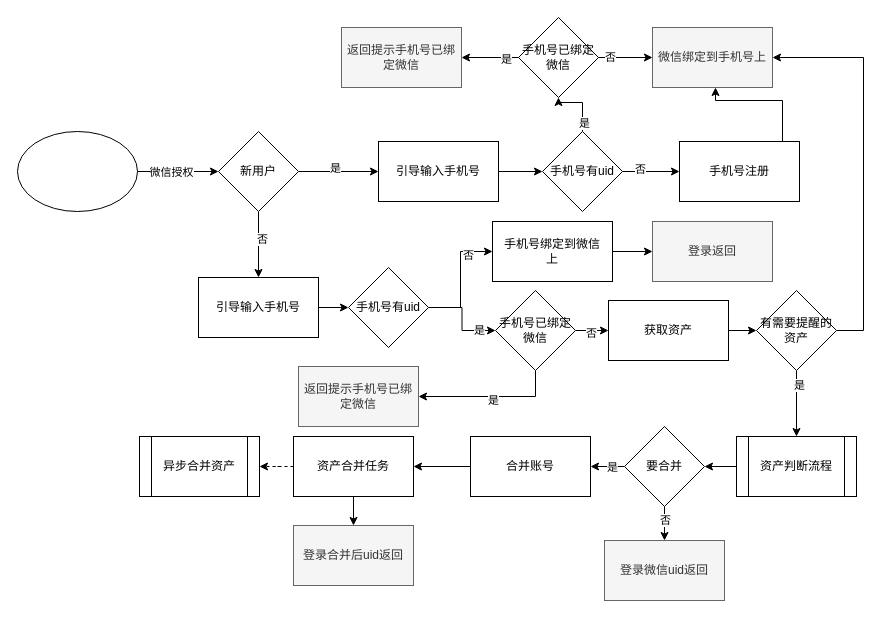
joeytang/imgs keeps this draw.io diagram as page "账号合并逻辑" (10 of 11) of test.drawio. Above is the earlier version. Source tidied: cells renumbered, new cells numbered last; positions are measured from the earlier drawing's top-left corner, leaving out a move shared by most shapes. Both pictures are drawn from the tidied source at 100%, with x=0, y=0 at pixel (17, 17).
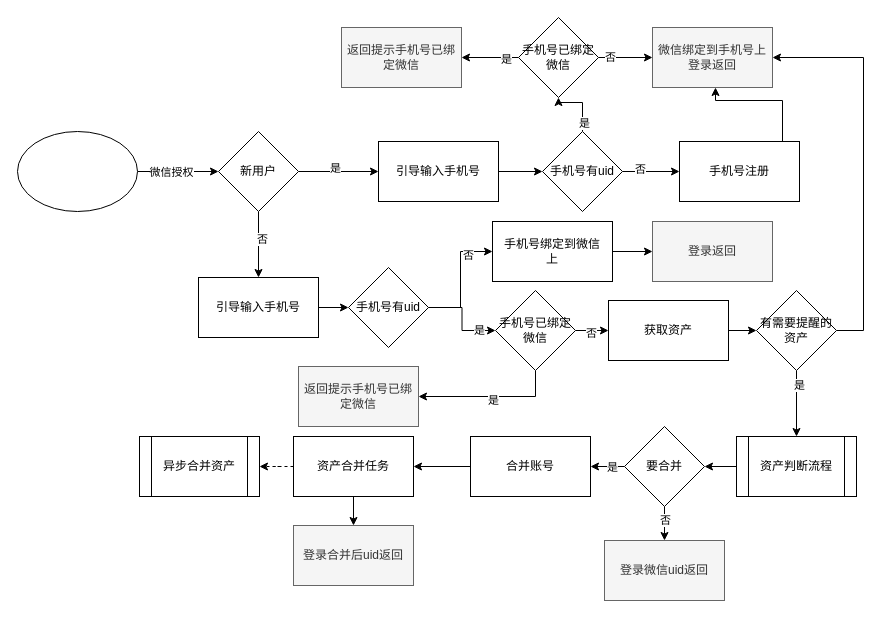
The same page after the edit.

What changed in the source:
```diff
@@
-    <mxCell id="19" value="微信绑定到手机号上" style="rounded=0;whiteSpace=wrap;html=1;align=center;fillColor=#f5f5f5;strokeColor=#666666;fontColor=#333333;" parent="1" vertex="1">
+    <mxCell id="19" value="微信绑定到手机号上登录返回" style="rounded=0;whiteSpace=wrap;html=1;align=center;fillColor=#f5f5f5;strokeColor=#666666;fontColor=#333333;" parent="1" vertex="1">
       <mxGeometry x="635" y="10" width="120" height="60" as="geometry" />
     </mxCell>
```
